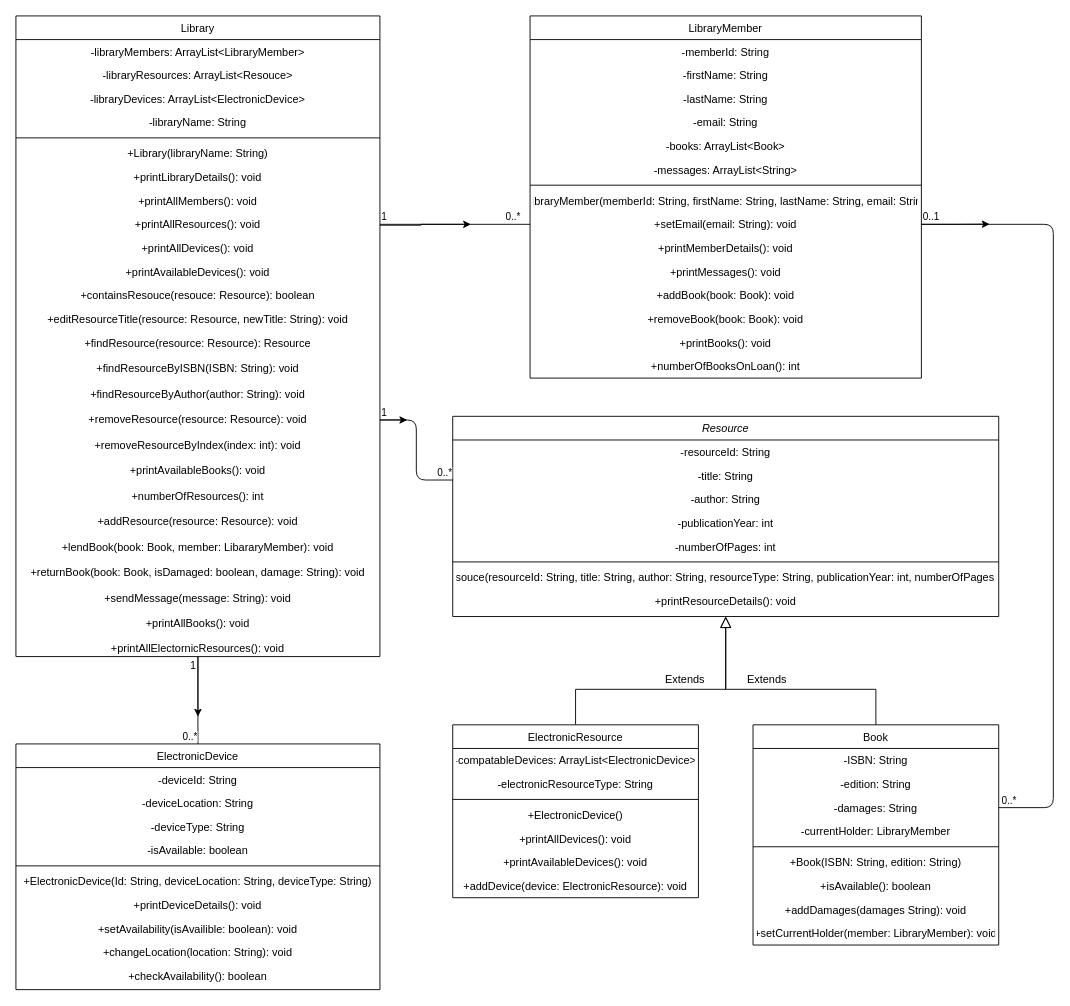
James-Welsh/Library_System_Java keeps this draw.io diagram as Untitled Diagram.drawio. Above is the earlier version. Source tidied: cells renumbered, new cells numbered last; positions are measured from the earlier drawing's top-left corner, leaving out a move shared by most shapes. Both pictures are drawn from the tidied source at 91%, with x=0, y=0 at pixel (15, 15).
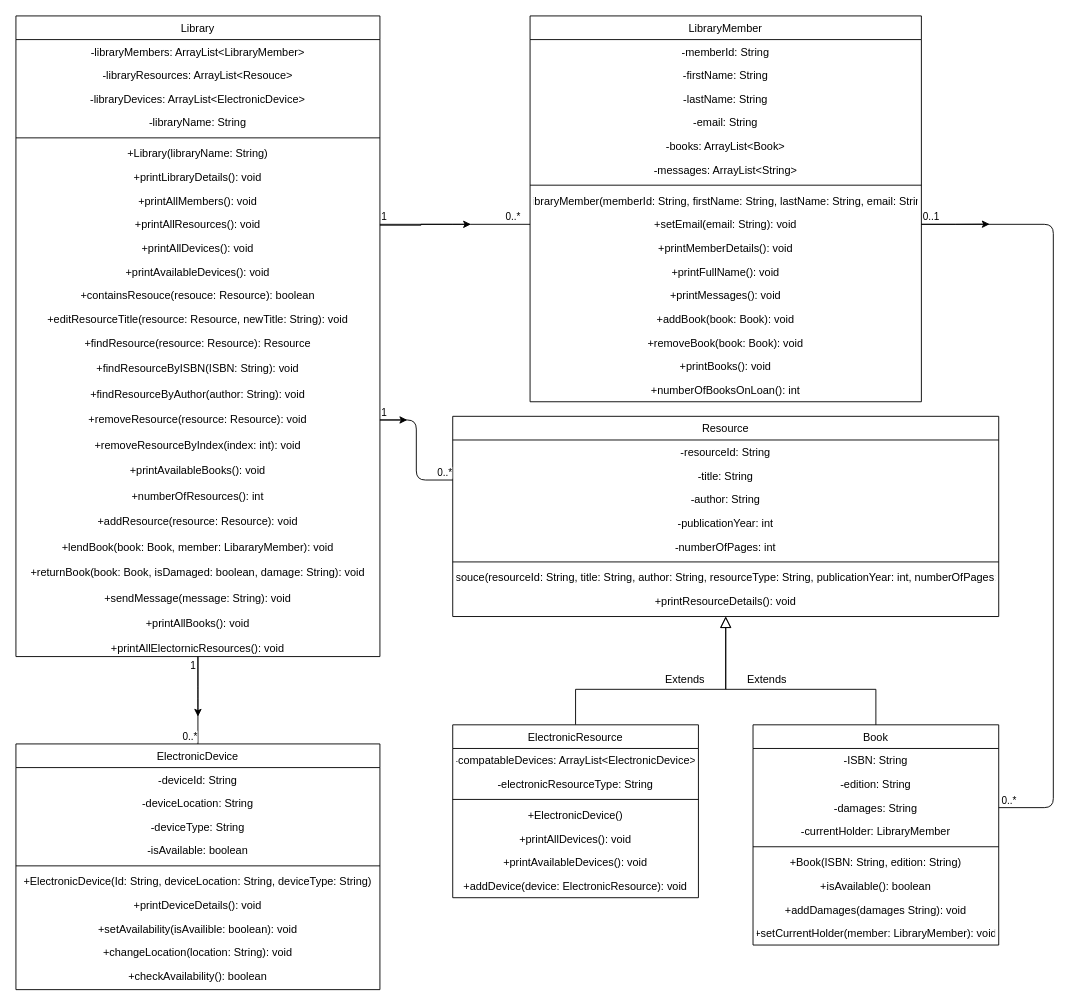
The same page after the edit.

Change to the diagram source:
```diff
@@
-    <mxCell id="2" value="Resource" style="swimlane;fontStyle=2;align=center;verticalAlign=top;horizontal=1;startSize=26;rounded=0;shadow=0;strokeWidth=1;" parent="1" vertex="1">
+    <mxCell id="2" value="Resource" style="swimlane;fontStyle=0;align=center;verticalAlign=top;horizontal=1;startSize=26;rounded=0;shadow=0;strokeWidth=1;" parent="1" vertex="1">
       <mxGeometry x="480" y="440" width="600" height="220" as="geometry" />
     </mxCell>
@@
     <mxCell id="23" value="LibraryMember" style="swimlane;fontStyle=0;align=center;verticalAlign=top;horizontal=1;startSize=26;rounded=0;shadow=0;strokeWidth=1;" parent="1" vertex="1">
-      <mxGeometry x="565" width="430" height="398" as="geometry" />
+      <mxGeometry x="565" width="430" height="424" as="geometry" />
     </mxCell>
@@
+    <mxCell id="103" value="+printFullName(): void" style="text;align=center;verticalAlign=top;spacingLeft=4;spacingRight=4;overflow=hidden;" parent="23" vertex="1">
+      <mxGeometry y="268" width="430" height="26" as="geometry" />
+    </mxCell>
     <mxCell id="34" value="+printMessages(): void" style="text;align=center;verticalAlign=top;spacingLeft=4;spacingRight=4;overflow=hidden;" parent="23" vertex="1">
-      <mxGeometry y="268" width="430" height="26" as="geometry" />
+      <mxGeometry y="294" width="430" height="26" as="geometry" />
     </mxCell>
     <mxCell id="35" value="+addBook(book: Book): void" style="text;align=center;verticalAlign=top;spacingLeft=4;spacingRight=4;overflow=hidden;" parent="23" vertex="1">
-      <mxGeometry y="294" width="430" height="26" as="geometry" />
+      <mxGeometry y="320" width="430" height="26" as="geometry" />
     </mxCell>
     <mxCell id="36" value="+removeBook(book: Book): void" style="text;align=center;verticalAlign=top;spacingLeft=4;spacingRight=4;overflow=hidden;" parent="23" vertex="1">
-      <mxGeometry y="320" width="430" height="26" as="geometry" />
+      <mxGeometry y="346" width="430" height="26" as="geometry" />
     </mxCell>
     <mxCell id="37" value="+printBooks(): void" style="text;align=center;verticalAlign=top;spacingLeft=4;spacingRight=4;overflow=hidden;" parent="23" vertex="1">
-      <mxGeometry y="346" width="430" height="26" as="geometry" />
+      <mxGeometry y="372" width="430" height="26" as="geometry" />
     </mxCell>
     <mxCell id="38" value="+numberOfBooksOnLoan(): int" style="text;align=center;verticalAlign=top;spacingLeft=4;spacingRight=4;overflow=hidden;" parent="23" vertex="1">
-      <mxGeometry y="372" width="430" height="26" as="geometry" />
+      <mxGeometry y="398" width="430" height="26" as="geometry" />
     </mxCell>
```
